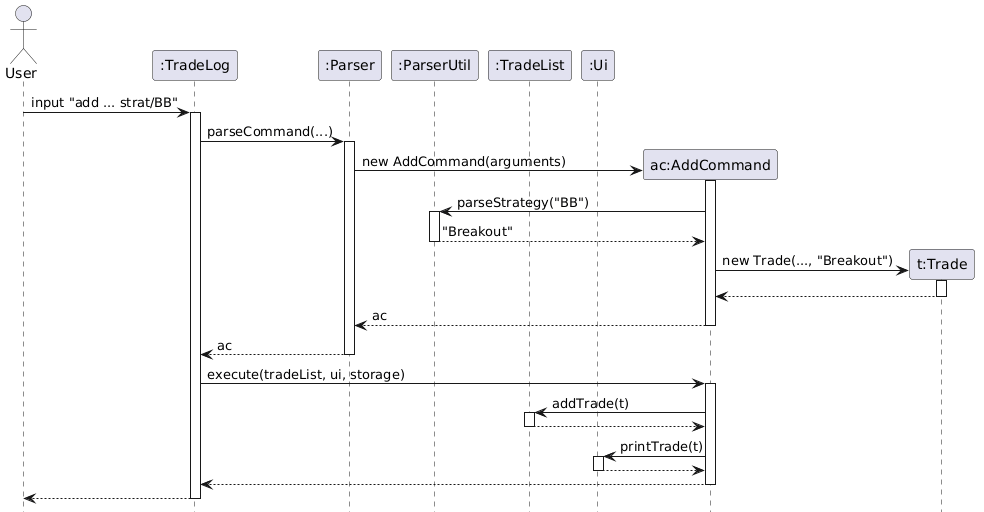
This is docs/diagrams/strategy-shortcut-add-sequence.png from Cydriccwx/tp, a PlantUML export, as it was before one commit.
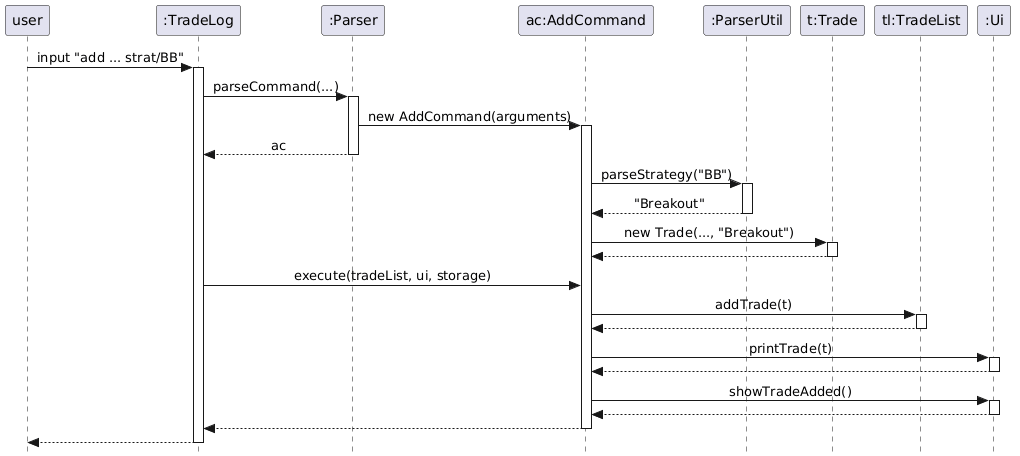
The same diagram one commit later.

The edit, as a diff of the source:
```diff
@@ -1,11 +1,15 @@
 @startuml
 hide footbox
+skinparam Style strictuml
+skinparam SequenceMessageAlign center
 
-actor User
+participant "user" as User
 participant ":TradeLog" as TradeLog
 participant ":Parser" as Parser
+participant "ac:AddCommand" as AddCommand
 participant ":ParserUtil" as ParserUtil
-participant ":TradeList" as TradeList
+participant "t:Trade" as Trade
+participant "tl:TradeList" as TradeList
 participant ":Ui" as Ui
 
 User -> TradeLog : input "add ... strat/BB"
@@ -13,30 +17,22 @@
 
 TradeLog -> Parser : parseCommand(...)
 activate Parser
-
-create participant "ac:AddCommand" as AddCommand
 Parser -> AddCommand : new AddCommand(arguments)
 activate AddCommand
+Parser --> TradeLog : ac
+deactivate Parser
 
 AddCommand -> ParserUtil : parseStrategy("BB")
 activate ParserUtil
 ParserUtil --> AddCommand : "Breakout"
 deactivate ParserUtil
 
-create participant "t:Trade" as Trade
 AddCommand -> Trade : new Trade(..., "Breakout")
 activate Trade
 Trade --> AddCommand
 deactivate Trade
 
-AddCommand --> Parser : ac
-deactivate AddCommand
-
-Parser --> TradeLog : ac
-deactivate Parser
-
 TradeLog -> AddCommand : execute(tradeList, ui, storage)
-activate AddCommand
 AddCommand -> TradeList : addTrade(t)
 activate TradeList
 TradeList --> AddCommand
@@ -45,9 +41,12 @@
 activate Ui
 Ui --> AddCommand
 deactivate Ui
+AddCommand -> Ui : showTradeAdded()
+activate Ui
+Ui --> AddCommand
+deactivate Ui
 AddCommand --> TradeLog
 deactivate AddCommand
-
 TradeLog --> User
 deactivate TradeLog
 @enduml
```
